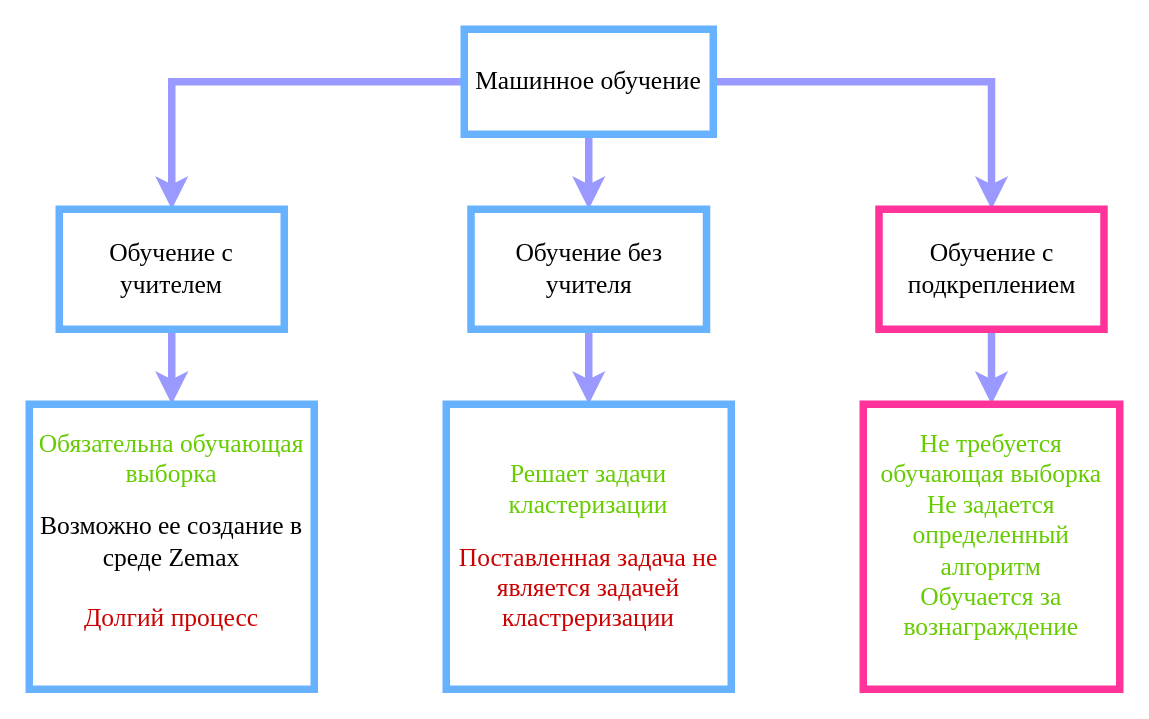
Earlier version of the draw.io diagram маш.drawio (Armore27/learning). Source tidied: cells renumbered, new cells numbered last; positions are measured from the earlier drawing's top-left corner, leaving out a move shared by most shapes. Both pictures are drawn from the tidied source at 150%, with x=0, y=0 at pixel (28, 28).
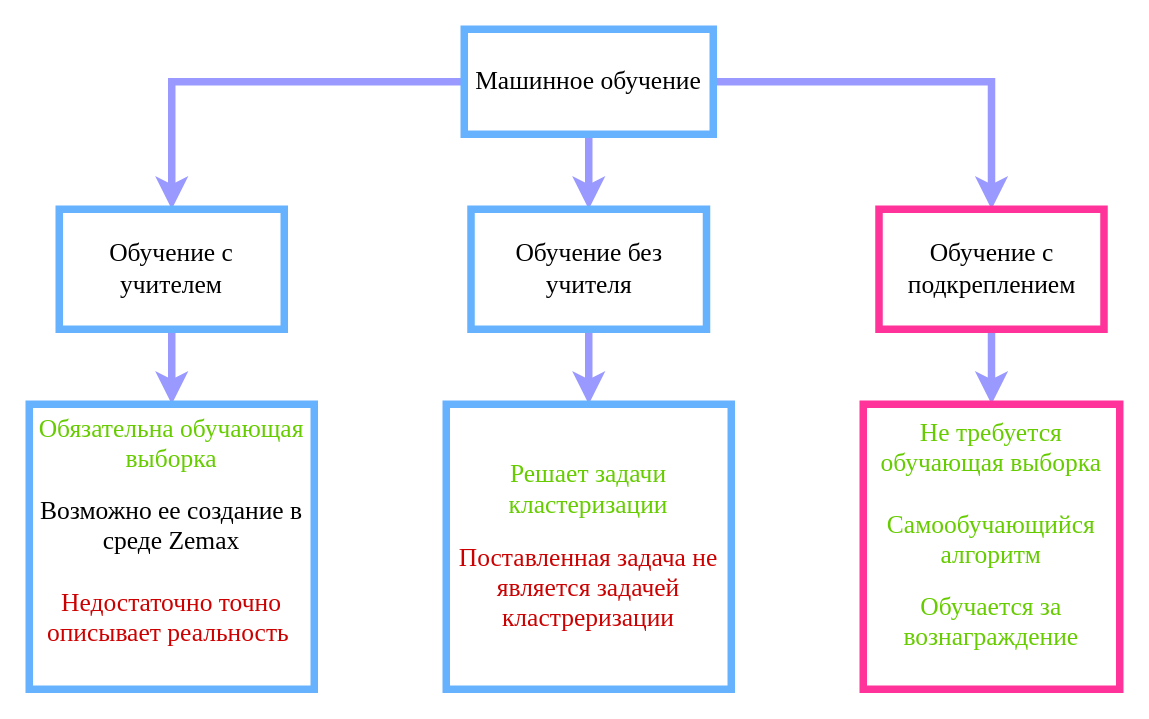
The same page after the edit.

Change to the diagram source:
```diff
@@
 <mxGraphModel>
   <root>
     <mxCell id="0" />
     <mxCell id="1" parent="0" />
     <mxCell id="2" style="edgeStyle=orthogonalEdgeStyle;rounded=0;jettySize=auto;html=1;entryX=0.5;entryY=0;entryDx=0;entryDy=0;strokeWidth=5;strokeColor=#9999FF;" parent="1" edge="1" source="5" target="9">
       <mxGeometry relative="1" as="geometry" />
     </mxCell>
     <mxCell id="3" style="edgeStyle=orthogonalEdgeStyle;rounded=0;jettySize=auto;html=1;entryX=0.5;entryY=0;entryDx=0;entryDy=0;strokeColor=#9999FF;strokeWidth=5;" parent="1" edge="1" source="5" target="7">
       <mxGeometry relative="1" as="geometry" />
     </mxCell>
     <mxCell id="4" style="edgeStyle=orthogonalEdgeStyle;rounded=0;jettySize=auto;html=1;entryX=0.5;entryY=0;entryDx=0;entryDy=0;strokeColor=#9999FF;strokeWidth=5;" parent="1" edge="1" source="5" target="11">
       <mxGeometry relative="1" as="geometry" />
     </mxCell>
     <mxCell id="5" value="&lt;font style=&quot;font-size: 17px&quot; face=&quot;Times New Roman&quot;&gt;Машинное обучение&lt;/font&gt;" style="rounded=0;whiteSpace=wrap;html=1;strokeColor=#66B2FF;strokeWidth=5;" parent="1" vertex="1">
       <mxGeometry x="290" width="166" height="70" as="geometry" />
     </mxCell>
     <mxCell id="6" style="edgeStyle=orthogonalEdgeStyle;rounded=0;jettySize=auto;html=1;strokeColor=#9999FF;strokeWidth=5;" parent="1" edge="1" source="7" target="12">
       <mxGeometry relative="1" as="geometry" />
     </mxCell>
     <mxCell id="7" value="&lt;font style=&quot;font-size: 17px&quot; face=&quot;Times New Roman&quot;&gt;Обучение с учителем&lt;/font&gt;" style="rounded=0;whiteSpace=wrap;html=1;strokeColor=#66B2FF;strokeWidth=5;" parent="1" vertex="1">
       <mxGeometry x="20" y="120" width="150" height="80" as="geometry" />
     </mxCell>
     <mxCell id="8" style="edgeStyle=orthogonalEdgeStyle;rounded=0;jettySize=auto;html=1;strokeColor=#9999FF;strokeWidth=5;" parent="1" edge="1" source="9" target="13">
       <mxGeometry relative="1" as="geometry" />
     </mxCell>
     <mxCell id="9" value="&lt;font style=&quot;font-size: 17px&quot; face=&quot;Times New Roman&quot;&gt;Обучение без учителя&lt;/font&gt;" style="rounded=0;whiteSpace=wrap;html=1;strokeColor=#66B2FF;strokeWidth=5;" parent="1" vertex="1">
       <mxGeometry x="294.5" y="120" width="157" height="80" as="geometry" />
     </mxCell>
     <mxCell id="10" style="edgeStyle=orthogonalEdgeStyle;rounded=0;jettySize=auto;html=1;strokeColor=#9999FF;strokeWidth=5;" parent="1" edge="1" source="11" target="14">
       <mxGeometry relative="1" as="geometry" />
     </mxCell>
     <mxCell id="11" value="&lt;font style=&quot;font-size: 17px&quot; face=&quot;Times New Roman&quot;&gt;Обучение с подкреплением&lt;/font&gt;" style="rounded=0;whiteSpace=wrap;html=1;strokeColor=#FF3399;strokeWidth=5;" parent="1" vertex="1">
       <mxGeometry x="566.5" y="120" width="150" height="80" as="geometry" />
     </mxCell>
-    <mxCell id="12" value="&lt;blockquote style=&quot;margin: 0 0 0 40px ; border: none ; padding: 0px&quot;&gt;&lt;/blockquote&gt;&lt;span style=&quot;font-size: 17px ; font-family: &amp;#34;times new roman&amp;#34;&quot;&gt;&lt;font color=&quot;#66cc00&quot;&gt;Обязательна обучающая выборка&lt;/font&gt;&lt;br&gt;&lt;/span&gt;&lt;br&gt;&lt;font face=&quot;Times New Roman&quot;&gt;&lt;span style=&quot;font-size: 17px&quot;&gt;&lt;div&gt;Возможно ее создание в среде Zemax&lt;/div&gt;&lt;div&gt;&lt;br&gt;&lt;/div&gt;&lt;div&gt;&lt;font color=&quot;#cc0000&quot;&gt;Долгий процесс&lt;/font&gt;&lt;/div&gt;&lt;/span&gt;&lt;/font&gt;&lt;font face=&quot;Times New Roman&quot;&gt;&lt;span style=&quot;font-size: 17px&quot;&gt;&lt;div&gt;&lt;br&gt;&lt;/div&gt;&lt;/span&gt;&lt;/font&gt;" style="whiteSpace=wrap;html=1;strokeColor=#66B2FF;strokeWidth=5;align=center;" parent="1" vertex="1">
+    <mxCell id="12" value="&lt;blockquote style=&quot;margin: 0 0 0 40px ; border: none ; padding: 0px&quot;&gt;&lt;/blockquote&gt;&lt;span style=&quot;font-size: 17px ; font-family: &amp;#34;times new roman&amp;#34;&quot;&gt;&lt;font color=&quot;#66cc00&quot;&gt;Обязательна обучающая выборка&lt;/font&gt;&lt;br&gt;&lt;/span&gt;&lt;br&gt;&lt;font face=&quot;Times New Roman&quot;&gt;&lt;span style=&quot;font-size: 17px&quot;&gt;&lt;div&gt;Возможно ее создание в среде Zemax&lt;/div&gt;&lt;div&gt;&lt;br&gt;&lt;/div&gt;&lt;div&gt;&lt;font color=&quot;#cc0000&quot;&gt;Недостаточно точно описывает реальность&amp;nbsp;&lt;/font&gt;&lt;/div&gt;&lt;/span&gt;&lt;/font&gt;&lt;font face=&quot;Times New Roman&quot;&gt;&lt;span style=&quot;font-size: 17px&quot;&gt;&lt;div&gt;&lt;br&gt;&lt;/div&gt;&lt;/span&gt;&lt;/font&gt;" style="whiteSpace=wrap;html=1;strokeColor=#66B2FF;strokeWidth=5;align=center;" parent="1" vertex="1">
       <mxGeometry y="250" width="190" height="190" as="geometry" />
     </mxCell>
     <mxCell id="13" value="&lt;font face=&quot;times new roman, serif&quot;&gt;&lt;font style=&quot;font-size: 17px&quot; color=&quot;#66cc00&quot;&gt;Решает задачи кластеризации&lt;/font&gt;&lt;br&gt;&lt;br&gt;&lt;span style=&quot;font-size: 17px&quot;&gt;&lt;font color=&quot;#cc0000&quot;&gt;Поставленная задача не является задачей кластреризации&lt;/font&gt;&lt;/span&gt;&lt;br&gt;&lt;/font&gt;" style="whiteSpace=wrap;html=1;strokeColor=#66B2FF;strokeWidth=5;" parent="1" vertex="1">
       <mxGeometry x="278" y="250" width="190" height="190" as="geometry" />
     </mxCell>
-    <mxCell id="14" value="&lt;font color=&quot;#66cc00&quot;&gt;&lt;span style=&quot;font-family: &amp;#34;times new roman&amp;#34; , serif ; font-size: 17px&quot;&gt;Не требуется обучающая выборка&lt;br&gt;Не задается определенный алгоритм&lt;/span&gt;&lt;br&gt;&lt;span style=&quot;font-family: &amp;#34;times new roman&amp;#34; , serif ; font-size: 17px&quot;&gt;Обучается за вознаграждение&lt;/span&gt;&lt;br&gt;&lt;/font&gt;&lt;div&gt;&lt;br&gt;&lt;/div&gt;&lt;font color=&quot;#66cc00&quot;&gt;&lt;span style=&quot;font-size: medium ; white-space: normal&quot;&gt;&lt;/span&gt;&lt;/font&gt;" style="rounded=0;whiteSpace=wrap;html=1;strokeColor=#FF3399;strokeWidth=5;align=center;" parent="1" vertex="1">
+    <mxCell id="14" value="&lt;font color=&quot;#66cc00&quot;&gt;&lt;span style=&quot;font-family: &amp;#34;times new roman&amp;#34; , serif ; font-size: 17px&quot;&gt;Не требуется обучающая выборка&lt;br&gt;&lt;br&gt;Самообучающийся алгоритм&lt;br&gt;&lt;/span&gt;&lt;br&gt;&lt;span style=&quot;font-family: &amp;#34;times new roman&amp;#34; , serif ; font-size: 17px&quot;&gt;Обучается за вознаграждение&lt;/span&gt;&lt;br&gt;&lt;/font&gt;&lt;div&gt;&lt;br&gt;&lt;/div&gt;&lt;font color=&quot;#66cc00&quot;&gt;&lt;span style=&quot;font-size: medium ; white-space: normal&quot;&gt;&lt;/span&gt;&lt;/font&gt;" style="rounded=0;whiteSpace=wrap;html=1;strokeColor=#FF3399;strokeWidth=5;align=center;" parent="1" vertex="1">
       <mxGeometry x="556" y="250" width="171" height="190" as="geometry" />
     </mxCell>
   </root>
 </mxGraphModel>
```
